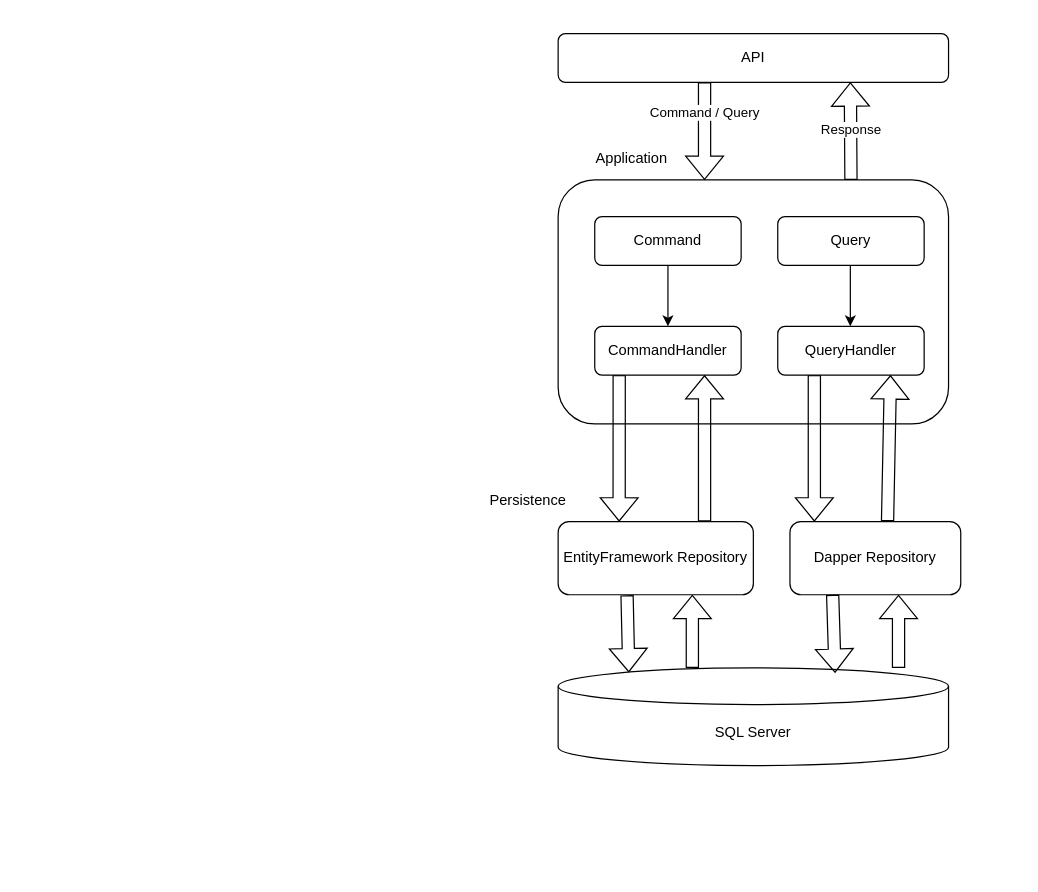
This is CleanArchitecture.drawio from duybao901/DemoCICD, a draw.io file, before an edit. Source tidied: cells renumbered, new cells numbered last; positions are measured from the earlier drawing's top-left corner, leaving out a move shared by most shapes. Both pictures are drawn from the tidied source at 122%, with x=0, y=0 at pixel (472, 33).
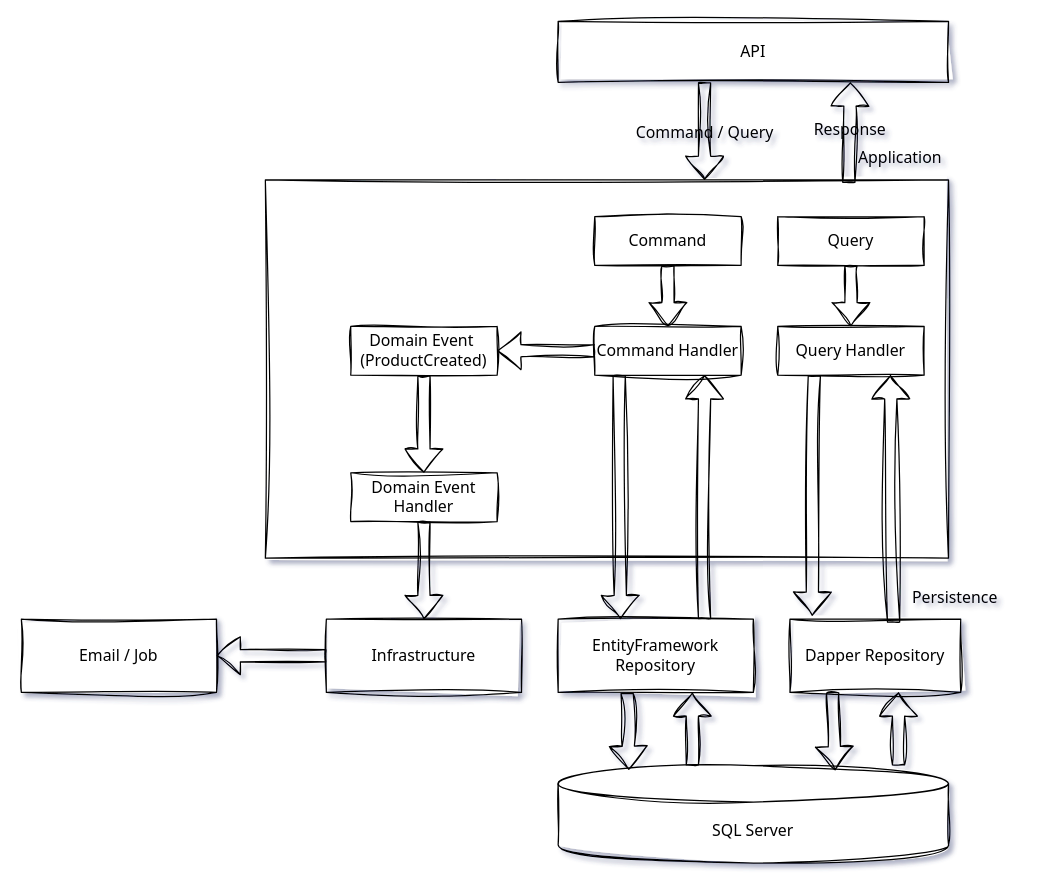
After the change.

What changed in the source:
```diff
@@
-<mxGraphModel>
+<mxGraphModel shadow="1">
@@
-    <mxCell id="2" value="API" style="rounded=1;whiteSpace=wrap;html=1;" parent="1" vertex="1">
-      <mxGeometry x="70" width="320" height="40" as="geometry" />
+    <mxCell id="2" value="API" style="rounded=0;whiteSpace=wrap;html=1;labelBackgroundColor=none;sketch=1;curveFitting=1;jiggle=2;fontFamily=Tahoma;fontSize=13;" parent="1" vertex="1">
+      <mxGeometry x="70" y="-10" width="320" height="50" as="geometry" />
     </mxCell>
-    <mxCell id="3" style="rounded=1;whiteSpace=wrap;html=1;" parent="1" vertex="1">
-      <mxGeometry x="70" y="120" width="320" height="200" as="geometry" />
+    <mxCell id="3" style="rounded=0;whiteSpace=wrap;html=1;labelBackgroundColor=none;sketch=1;curveFitting=1;jiggle=2;fontFamily=Tahoma;fontSize=13;" parent="1" vertex="1">
+      <mxGeometry x="-170" y="120" width="560" height="310" as="geometry" />
     </mxCell>
-    <mxCell id="4" value="Application&lt;div&gt;&lt;br&gt;&lt;/div&gt;" style="text;html=1;align=center;verticalAlign=middle;strokeColor=none;fillColor=none;" parent="1" vertex="1">
-      <mxGeometry x="90" y="90" width="80" height="40" as="geometry" />
+    <mxCell id="4" value="Application&lt;div&gt;&lt;br&gt;&lt;/div&gt;" style="text;html=1;align=center;verticalAlign=middle;strokeColor=none;fillColor=none;labelBackgroundColor=none;rounded=0;sketch=1;curveFitting=1;jiggle=2;fontFamily=Tahoma;fontSize=13;" parent="1" vertex="1">
+      <mxGeometry x="305" y="90" width="90" height="40" as="geometry" />
     </mxCell>
-    <mxCell id="5" style="shape=flexArrow;endArrow=classic;html=1;rounded=0;exitX=0.5;exitY=1;exitDx=0;exitDy=0;" parent="1" edge="1">
+    <mxCell id="5" style="shape=flexArrow;endArrow=classic;html=1;rounded=0;exitX=0.5;exitY=1;exitDx=0;exitDy=0;labelBackgroundColor=none;fontColor=default;sketch=1;curveFitting=1;jiggle=2;fontFamily=Tahoma;fontSize=13;" parent="1" edge="1">
       <mxGeometry relative="1" as="geometry">
         <mxPoint x="190" y="40" as="sourcePoint" />
         <mxPoint x="190" y="120" as="targetPoint" />
       </mxGeometry>
     </mxCell>
-    <mxCell id="6" value="Command / Query" style="edgeLabel;html=1;align=center;verticalAlign=middle;" parent="5" vertex="1">
-      <mxGeometry x="-0.41" y="-1" relative="1" as="geometry" />
+    <mxCell id="6" value="Command / Query" style="edgeLabel;html=1;align=center;verticalAlign=middle;labelBackgroundColor=none;rounded=0;sketch=1;curveFitting=1;jiggle=2;fontFamily=Tahoma;fontSize=13;" parent="5" vertex="1">
+      <mxGeometry x="-0.41" y="-1" relative="1" as="geometry">
+        <mxPoint y="16" as="offset" />
+      </mxGeometry>
     </mxCell>
-    <mxCell id="7" value="Command" style="rounded=1;whiteSpace=wrap;html=1;" parent="1" vertex="1">
+    <mxCell id="7" value="Command" style="rounded=0;whiteSpace=wrap;html=1;labelBackgroundColor=none;sketch=1;curveFitting=1;jiggle=2;fontFamily=Tahoma;fontSize=13;" parent="1" vertex="1">
       <mxGeometry x="100" y="150" width="120" height="40" as="geometry" />
     </mxCell>
-    <mxCell id="8" value="Query" style="rounded=1;whiteSpace=wrap;html=1;" parent="1" vertex="1">
+    <mxCell id="8" value="Query" style="rounded=0;whiteSpace=wrap;html=1;labelBackgroundColor=none;sketch=1;curveFitting=1;jiggle=2;fontFamily=Tahoma;fontSize=13;" parent="1" vertex="1">
       <mxGeometry x="250" y="150" width="120" height="40" as="geometry" />
     </mxCell>
-    <mxCell id="9" value="CommandHandler" style="rounded=1;whiteSpace=wrap;html=1;" parent="1" vertex="1">
+    <mxCell id="9" value="Command Handler" style="rounded=0;whiteSpace=wrap;html=1;labelBackgroundColor=none;sketch=1;curveFitting=1;jiggle=2;fontFamily=Tahoma;fontSize=13;" parent="1" vertex="1">
       <mxGeometry x="100" y="240" width="120" height="40" as="geometry" />
     </mxCell>
-    <mxCell id="10" value="QueryHandler" style="rounded=1;whiteSpace=wrap;html=1;" parent="1" vertex="1">
+    <mxCell id="10" value="Query Handler" style="rounded=0;whiteSpace=wrap;html=1;labelBackgroundColor=none;sketch=1;curveFitting=1;jiggle=2;fontFamily=Tahoma;fontSize=13;" parent="1" vertex="1">
       <mxGeometry x="250" y="240" width="120" height="40" as="geometry" />
     </mxCell>
-    <mxCell id="11" style="edgeStyle=orthogonalEdgeStyle;rounded=0;orthogonalLoop=1;jettySize=auto;html=1;exitX=0.5;exitY=1;exitDx=0;exitDy=0;" parent="1" edge="1" source="3" target="3">
+    <mxCell id="11" style="edgeStyle=orthogonalEdgeStyle;rounded=0;orthogonalLoop=1;jettySize=auto;html=1;exitX=0.5;exitY=1;exitDx=0;exitDy=0;labelBackgroundColor=none;fontColor=default;sketch=1;curveFitting=1;jiggle=2;fontFamily=Tahoma;fontSize=13;" parent="1" edge="1" source="3" target="3">
       <mxGeometry relative="1" as="geometry" />
     </mxCell>
-    <mxCell id="12" style="endArrow=classic;html=1;rounded=0;entryX=0.5;entryY=0;entryDx=0;entryDy=0;exitX=0.5;exitY=1;exitDx=0;exitDy=0;" parent="1" edge="1" source="7" target="9">
-      <mxGeometry relative="1" as="geometry" />
-    </mxCell>
-    <mxCell id="13" style="endArrow=classic;html=1;rounded=0;entryX=0.5;entryY=0;entryDx=0;entryDy=0;exitX=0.5;exitY=1;exitDx=0;exitDy=0;" parent="1" edge="1">
-      <mxGeometry relative="1" as="geometry">
-        <mxPoint x="309.5" y="190" as="sourcePoint" />
-        <mxPoint x="309.5" y="240" as="targetPoint" />
-      </mxGeometry>
-    </mxCell>
-    <mxCell id="14" value="EntityFramework Repository" style="rounded=1;whiteSpace=wrap;html=1;" parent="1" vertex="1">
-      <mxGeometry x="70" y="400" width="160" height="60" as="geometry" />
+    <mxCell id="14" value="EntityFramework Repository" style="rounded=0;whiteSpace=wrap;html=1;labelBackgroundColor=none;sketch=1;curveFitting=1;jiggle=2;fontFamily=Tahoma;fontSize=13;" parent="1" vertex="1">
+      <mxGeometry x="70" y="480" width="160" height="60" as="geometry" />
     </mxCell>
-    <mxCell id="15" style="shape=flexArrow;endArrow=classic;html=1;rounded=0;exitX=0.75;exitY=0;exitDx=0;exitDy=0;entryX=0.75;entryY=1;entryDx=0;entryDy=0;" parent="1" edge="1" source="14" target="9">
+    <mxCell id="15" style="shape=flexArrow;endArrow=classic;html=1;rounded=0;exitX=0.75;exitY=0;exitDx=0;exitDy=0;entryX=0.75;entryY=1;entryDx=0;entryDy=0;labelBackgroundColor=none;fontColor=default;sketch=1;curveFitting=1;jiggle=2;fontFamily=Tahoma;fontSize=13;" parent="1" edge="1" source="14" target="9">
       <mxGeometry relative="1" as="geometry" />
     </mxCell>
-    <mxCell id="16" value="SQL Server" style="shape=cylinder3;whiteSpace=wrap;html=1;boundedLbl=1;backgroundOutline=1;size=15;" parent="1" vertex="1">
-      <mxGeometry x="70" y="520" width="320" height="80" as="geometry" />
+    <mxCell id="16" value="SQL Server" style="shape=cylinder3;whiteSpace=wrap;html=1;boundedLbl=1;backgroundOutline=1;size=15;labelBackgroundColor=none;rounded=0;sketch=1;curveFitting=1;jiggle=2;fontFamily=Tahoma;fontSize=13;" parent="1" vertex="1">
+      <mxGeometry x="70" y="600" width="320" height="80" as="geometry" />
     </mxCell>
-    <mxCell id="17" style="shape=flexArrow;endArrow=classic;html=1;rounded=0;exitX=0.353;exitY=1.007;exitDx=0;exitDy=0;entryX=0.181;entryY=0.045;entryDx=0;entryDy=0;entryPerimeter=0;exitPerimeter=0;" parent="1" edge="1" source="14" target="16">
+    <mxCell id="17" style="shape=flexArrow;endArrow=classic;html=1;rounded=0;exitX=0.353;exitY=1.007;exitDx=0;exitDy=0;entryX=0.181;entryY=0.045;entryDx=0;entryDy=0;entryPerimeter=0;exitPerimeter=0;labelBackgroundColor=none;fontColor=default;sketch=1;curveFitting=1;jiggle=2;fontFamily=Tahoma;fontSize=13;" parent="1" edge="1" source="14" target="16">
       <mxGeometry relative="1" as="geometry" />
     </mxCell>
-    <mxCell id="18" style="shape=flexArrow;endArrow=classic;html=1;rounded=0;entryX=0.621;entryY=0.98;entryDx=0;entryDy=0;entryPerimeter=0;exitX=0.75;exitY=0;exitDx=0;exitDy=0;" parent="1" edge="1" source="3">
+    <mxCell id="18" style="shape=flexArrow;endArrow=classic;html=1;rounded=0;entryX=0.621;entryY=0.98;entryDx=0;entryDy=0;entryPerimeter=0;exitX=0.854;exitY=0.008;exitDx=0;exitDy=0;exitPerimeter=0;labelBackgroundColor=none;fontColor=default;sketch=1;curveFitting=1;jiggle=2;fontFamily=Tahoma;fontSize=13;" parent="1" edge="1" source="3">
       <mxGeometry relative="1" as="geometry">
         <mxPoint x="309.5" y="40" as="targetPoint" />
       </mxGeometry>
     </mxCell>
-    <mxCell id="19" value="Response" style="edgeLabel;html=1;align=center;verticalAlign=middle;" parent="18" vertex="1">
+    <mxCell id="19" value="Response" style="edgeLabel;html=1;align=center;verticalAlign=middle;labelBackgroundColor=none;rounded=0;sketch=1;curveFitting=1;jiggle=2;fontFamily=Tahoma;fontSize=13;" parent="18" vertex="1">
       <mxGeometry x="0.06" y="6" relative="1" as="geometry">
         <mxPoint x="6" as="offset" />
       </mxGeometry>
     </mxCell>
-    <mxCell id="20" style="shape=flexArrow;endArrow=classic;html=1;rounded=0;entryX=0.25;entryY=0;entryDx=0;entryDy=0;exitX=0.167;exitY=1;exitDx=0;exitDy=0;exitPerimeter=0;" parent="1" edge="1" source="9">
+    <mxCell id="20" style="shape=flexArrow;endArrow=classic;html=1;rounded=0;exitX=0.167;exitY=1;exitDx=0;exitDy=0;exitPerimeter=0;labelBackgroundColor=none;fontColor=default;sketch=1;curveFitting=1;jiggle=2;fontFamily=Tahoma;fontSize=13;" parent="1" edge="1" source="9">
       <mxGeometry relative="1" as="geometry">
-        <mxPoint x="120" y="400" as="targetPoint" />
+        <mxPoint x="121" y="480" as="targetPoint" />
       </mxGeometry>
     </mxCell>
-    <mxCell id="21" style="shape=flexArrow;endArrow=classic;html=1;rounded=0;entryX=0.5;entryY=1;entryDx=0;entryDy=0;" parent="1" edge="1">
+    <mxCell id="21" style="shape=flexArrow;endArrow=classic;html=1;rounded=0;entryX=0.5;entryY=1;entryDx=0;entryDy=0;labelBackgroundColor=none;fontColor=default;sketch=1;curveFitting=1;jiggle=2;fontFamily=Tahoma;fontSize=13;" parent="1" edge="1">
       <mxGeometry relative="1" as="geometry">
-        <mxPoint x="180" y="520" as="sourcePoint" />
-        <mxPoint x="180" y="460" as="targetPoint" />
+        <mxPoint x="180" y="600" as="sourcePoint" />
+        <mxPoint x="180" y="540" as="targetPoint" />
       </mxGeometry>
     </mxCell>
-    <mxCell id="22" value="Dapper Repository" style="rounded=1;whiteSpace=wrap;html=1;" parent="1" vertex="1">
-      <mxGeometry x="260" y="400" width="140" height="60" as="geometry" />
+    <mxCell id="22" value="Dapper Repository" style="rounded=0;whiteSpace=wrap;html=1;labelBackgroundColor=none;sketch=1;curveFitting=1;jiggle=2;fontFamily=Tahoma;fontSize=13;" parent="1" vertex="1">
+      <mxGeometry x="260" y="480" width="140" height="60" as="geometry" />
     </mxCell>
-    <mxCell id="23" style="shape=flexArrow;endArrow=classic;html=1;rounded=0;exitX=0.353;exitY=1.007;exitDx=0;exitDy=0;entryX=0.181;entryY=0.045;entryDx=0;entryDy=0;entryPerimeter=0;exitPerimeter=0;" parent="1" edge="1">
+    <mxCell id="23" style="shape=flexArrow;endArrow=classic;html=1;rounded=0;exitX=0.353;exitY=1.007;exitDx=0;exitDy=0;entryX=0.181;entryY=0.045;entryDx=0;entryDy=0;entryPerimeter=0;exitPerimeter=0;labelBackgroundColor=none;fontColor=default;sketch=1;curveFitting=1;jiggle=2;fontFamily=Tahoma;fontSize=13;" parent="1" edge="1">
       <mxGeometry relative="1" as="geometry">
-        <mxPoint x="295" y="460" as="sourcePoint" />
-        <mxPoint x="297" y="524" as="targetPoint" />
+        <mxPoint x="295" y="540" as="sourcePoint" />
+        <mxPoint x="297" y="604" as="targetPoint" />
       </mxGeometry>
     </mxCell>
-    <mxCell id="24" style="shape=flexArrow;endArrow=classic;html=1;rounded=0;entryX=0.5;entryY=1;entryDx=0;entryDy=0;" parent="1" edge="1">
+    <mxCell id="24" style="shape=flexArrow;endArrow=classic;html=1;rounded=0;entryX=0.5;entryY=1;entryDx=0;entryDy=0;labelBackgroundColor=none;fontColor=default;sketch=1;curveFitting=1;jiggle=2;fontFamily=Tahoma;fontSize=13;" parent="1" edge="1">
       <mxGeometry relative="1" as="geometry">
-        <mxPoint x="349" y="520" as="sourcePoint" />
-        <mxPoint x="349" y="460" as="targetPoint" />
+        <mxPoint x="349" y="600" as="sourcePoint" />
+        <mxPoint x="349" y="540" as="targetPoint" />
       </mxGeometry>
     </mxCell>
-    <mxCell id="25" style="shape=flexArrow;endArrow=classic;html=1;rounded=0;entryX=0.25;entryY=0;entryDx=0;entryDy=0;exitX=0.25;exitY=1;exitDx=0;exitDy=0;" parent="1" edge="1" source="10">
-      <mxGeometry relative="1" as="geometry">
-        <mxPoint x="280" y="400" as="targetPoint" />
-      </mxGeometry>
+    <mxCell id="25" style="shape=flexArrow;endArrow=classic;html=1;rounded=0;entryX=0.13;entryY=-0.045;entryDx=0;entryDy=0;exitX=0.25;exitY=1;exitDx=0;exitDy=0;entryPerimeter=0;labelBackgroundColor=none;fontColor=default;sketch=1;curveFitting=1;jiggle=2;fontFamily=Tahoma;fontSize=13;" parent="1" edge="1" source="10" target="22">
+      <mxGeometry relative="1" as="geometry" />
     </mxCell>
-    <mxCell id="26" style="shape=flexArrow;endArrow=classic;html=1;rounded=0;exitX=0.75;exitY=0;exitDx=0;exitDy=0;entryX=0.937;entryY=1.01;entryDx=0;entryDy=0;entryPerimeter=0;" parent="1" edge="1">
+    <mxCell id="26" style="shape=flexArrow;endArrow=classic;html=1;rounded=0;exitX=0.607;exitY=0.049;exitDx=0;exitDy=0;entryX=0.937;entryY=1.01;entryDx=0;entryDy=0;entryPerimeter=0;exitPerimeter=0;labelBackgroundColor=none;fontColor=default;sketch=1;curveFitting=1;jiggle=2;fontFamily=Tahoma;fontSize=13;" parent="1" edge="1" source="22">
       <mxGeometry relative="1" as="geometry">
-        <mxPoint x="340" y="399.6" as="sourcePoint" />
         <mxPoint x="342.4" y="280" as="targetPoint" />
       </mxGeometry>
     </mxCell>
-    <mxCell id="27" value="Persistence&lt;div&gt;&lt;br&gt;&lt;/div&gt;" style="text;html=1;align=center;verticalAlign=middle;strokeColor=none;fillColor=none;" parent="1" vertex="1">
-      <mxGeometry y="370" width="90" height="40" as="geometry" />
+    <mxCell id="27" value="Persistence&lt;div&gt;&lt;br&gt;&lt;/div&gt;" style="text;html=1;align=center;verticalAlign=middle;strokeColor=none;fillColor=none;labelBackgroundColor=none;rounded=0;sketch=1;curveFitting=1;jiggle=2;fontFamily=Tahoma;fontSize=13;" parent="1" vertex="1">
+      <mxGeometry x="350" y="450" width="90" height="40" as="geometry" />
     </mxCell>
+    <mxCell id="28" value="Domain Event&amp;nbsp;&lt;br&gt;(ProductCreated)" style="rounded=0;whiteSpace=wrap;html=1;labelBackgroundColor=none;sketch=1;curveFitting=1;jiggle=2;fontFamily=Tahoma;fontSize=13;" parent="1" vertex="1">
+      <mxGeometry x="-100" y="240" width="120" height="40" as="geometry" />
+    </mxCell>
+    <mxCell id="29" value="Domain Event Handler" style="rounded=0;whiteSpace=wrap;html=1;labelBackgroundColor=none;sketch=1;curveFitting=1;jiggle=2;fontFamily=Tahoma;fontSize=13;" parent="1" vertex="1">
+      <mxGeometry x="-100" y="360" width="120" height="40" as="geometry" />
+    </mxCell>
+    <mxCell id="30" style="shape=flexArrow;endArrow=classic;html=1;rounded=0;entryX=1;entryY=0.5;entryDx=0;entryDy=0;exitX=0;exitY=0.5;exitDx=0;exitDy=0;labelBackgroundColor=none;fontColor=default;sketch=1;curveFitting=1;jiggle=2;fontFamily=Tahoma;fontSize=13;" parent="1" edge="1" source="9" target="28">
+      <mxGeometry relative="1" as="geometry" />
+    </mxCell>
+    <mxCell id="31" style="shape=flexArrow;endArrow=classic;html=1;rounded=0;labelBackgroundColor=none;fontColor=default;sketch=1;curveFitting=1;jiggle=2;fontFamily=Tahoma;fontSize=13;" parent="1" edge="1">
+      <mxGeometry relative="1" as="geometry">
+        <mxPoint x="-40" y="280" as="sourcePoint" />
+        <mxPoint x="-40" y="360" as="targetPoint" />
+      </mxGeometry>
+    </mxCell>
+    <mxCell id="32" value="Infrastructure" style="rounded=0;whiteSpace=wrap;html=1;labelBackgroundColor=none;sketch=1;curveFitting=1;jiggle=2;fontFamily=Tahoma;fontSize=13;" parent="1" vertex="1">
+      <mxGeometry x="-120" y="480" width="160" height="60" as="geometry" />
+    </mxCell>
+    <mxCell id="33" value="Email / Job" style="rounded=0;whiteSpace=wrap;html=1;labelBackgroundColor=none;sketch=1;curveFitting=1;jiggle=2;fontFamily=Tahoma;fontSize=13;" parent="1" vertex="1">
+      <mxGeometry x="-370" y="480" width="160" height="60" as="geometry" />
+    </mxCell>
+    <mxCell id="34" style="shape=flexArrow;endArrow=classic;html=1;rounded=0;entryX=0.5;entryY=0;entryDx=0;entryDy=0;exitX=0.5;exitY=1;exitDx=0;exitDy=0;labelBackgroundColor=none;fontColor=default;sketch=1;curveFitting=1;jiggle=2;fontFamily=Tahoma;fontSize=13;" parent="1" edge="1" source="29" target="32">
+      <mxGeometry relative="1" as="geometry" />
+    </mxCell>
+    <mxCell id="35" style="shape=flexArrow;endArrow=classic;html=1;rounded=0;exitX=0;exitY=0.5;exitDx=0;exitDy=0;entryX=1;entryY=0.5;entryDx=0;entryDy=0;labelBackgroundColor=none;fontColor=default;sketch=1;curveFitting=1;jiggle=2;fontFamily=Tahoma;fontSize=13;" parent="1" edge="1" source="32" target="33">
+      <mxGeometry relative="1" as="geometry" />
+    </mxCell>
+    <mxCell id="12" style="shape=flexArrow;endArrow=classic;html=1;rounded=0;sketch=1;hachureGap=4;jiggle=2;curveFitting=1;fontFamily=Tahoma;exitX=0.5;exitY=1;exitDx=0;exitDy=0;entryX=0.5;entryY=0;entryDx=0;entryDy=0;fontSize=13;" parent="1" edge="1" source="7" target="9">
+      <mxGeometry relative="1" as="geometry" />
+    </mxCell>
+    <mxCell id="36" style="shape=flexArrow;endArrow=classic;html=1;rounded=0;sketch=1;hachureGap=4;jiggle=2;curveFitting=1;fontFamily=Tahoma;exitX=0.5;exitY=1;exitDx=0;exitDy=0;entryX=0.5;entryY=0;entryDx=0;entryDy=0;fontSize=13;" parent="1" edge="1" source="8" target="10">
+      <mxGeometry relative="1" as="geometry" />
+    </mxCell>
```
